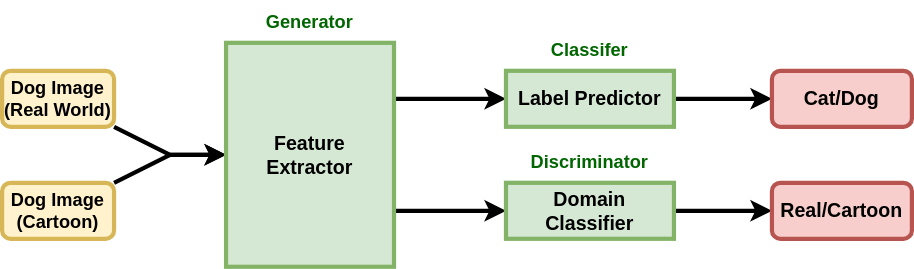
yyhtbs-yye/course_images keeps this draw.io diagram as DAT using GAN.svg. Above is the earlier version. Source tidied: cells renumbered, new cells last; positions are measured from the earlier drawing's top-left corner, leaving out a move shared by most shapes.
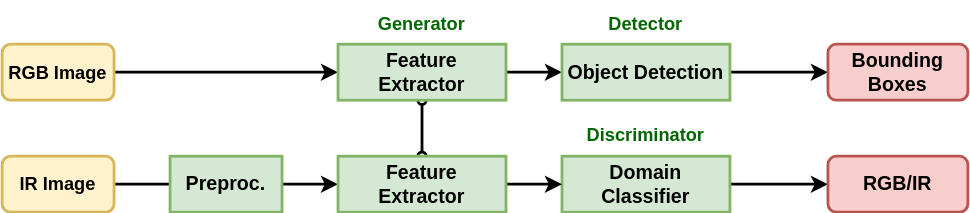
Later version of the same file.

Diff of the diagram source:
```diff
@@ -2,61 +2,62 @@
   <root>
     <mxCell id="0" />
     <mxCell id="1" parent="0" />
-    <mxCell id="2" style="rounded=0;jettySize=auto;html=1;entryX=0;entryY=0.5;entryDx=0;entryDy=0;strokeColor=default;strokeWidth=3;fontSize=14;fontColor=#006600;" parent="1" edge="1" source="3" target="8">
-      <mxGeometry relative="1" as="geometry">
-        <Array as="points">
-          <mxPoint x="120" y="110" />
-        </Array>
-      </mxGeometry>
+    <mxCell id="2" style="edgeStyle=orthogonalEdgeStyle;rounded=0;jettySize=auto;html=1;strokeWidth=2;" parent="1" edge="1" source="3" target="8">
+      <mxGeometry relative="1" as="geometry" />
     </mxCell>
-    <mxCell id="3" value="Dog Image&lt;br style=&quot;font-size: 13px;&quot;&gt;(Real World)" style="rounded=1;whiteSpace=wrap;html=1;fillStyle=auto;fillColor=#fff2cc;strokeColor=#d6b656;fontSize=13;fontStyle=1;strokeWidth=3;" parent="1" vertex="1">
-      <mxGeometry y="50" width="80" height="40" as="geometry" />
+    <mxCell id="3" value="RGB Image" style="rounded=1;whiteSpace=wrap;html=1;fillStyle=auto;fillColor=#fff2cc;strokeColor=#d6b656;fontSize=13;fontStyle=1;strokeWidth=2;" parent="1" vertex="1">
+      <mxGeometry x="-40" y="50" width="80" height="40" as="geometry" />
     </mxCell>
-    <mxCell id="4" style="rounded=0;jettySize=auto;html=1;strokeColor=default;strokeWidth=3;fontSize=14;fontColor=#006600;entryX=0;entryY=0.5;entryDx=0;entryDy=0;" parent="1" edge="1" source="5" target="8">
-      <mxGeometry relative="1" as="geometry">
-        <Array as="points">
-          <mxPoint x="120" y="110" />
-        </Array>
-      </mxGeometry>
-    </mxCell>
+    <mxCell id="18" style="edgeStyle=orthogonalEdgeStyle;rounded=0;jettySize=auto;html=1;strokeWidth=2;" parent="1" edge="1" source="5" target="21">
+      <mxGeometry relative="1" as="geometry" />
+    </mxCell>
-    <mxCell id="5" value="Dog Image&lt;br style=&quot;border-color: var(--border-color); font-size: 13px;&quot;&gt;(Cartoon)" style="rounded=1;whiteSpace=wrap;html=1;fillStyle=auto;fillColor=#fff2cc;strokeColor=#d6b656;fontSize=13;fontStyle=1;strokeWidth=3;" parent="1" vertex="1">
-      <mxGeometry y="130" width="80" height="40" as="geometry" />
+    <mxCell id="5" value="IR Image" style="rounded=1;whiteSpace=wrap;html=1;fillStyle=auto;fillColor=#fff2cc;strokeColor=#d6b656;fontSize=13;fontStyle=1;strokeWidth=2;" parent="1" vertex="1">
+      <mxGeometry x="-40" y="130" width="80" height="40" as="geometry" />
     </mxCell>
+    <mxCell id="19" style="edgeStyle=orthogonalEdgeStyle;rounded=0;jettySize=auto;html=1;startArrow=oval;startFill=0;endArrow=oval;endFill=0;strokeWidth=2;" parent="1" edge="1" source="8" target="21">
+      <mxGeometry relative="1" as="geometry" />
+    </mxCell>
-    <mxCell id="6" style="edgeStyle=orthogonalEdgeStyle;rounded=0;jettySize=auto;html=1;exitX=1;exitY=0.25;exitDx=0;exitDy=0;entryX=0;entryY=0.5;entryDx=0;entryDy=0;strokeColor=default;strokeWidth=3;fontSize=14;fontColor=#006600;" parent="1" edge="1" source="8" target="10">
+    <mxCell id="6" style="edgeStyle=orthogonalEdgeStyle;rounded=0;jettySize=auto;html=1;strokeWidth=2;" parent="1" edge="1" source="8" target="10">
       <mxGeometry relative="1" as="geometry" />
     </mxCell>
-    <mxCell id="7" style="edgeStyle=orthogonalEdgeStyle;rounded=0;jettySize=auto;html=1;exitX=1;exitY=0.75;exitDx=0;exitDy=0;strokeColor=default;strokeWidth=3;fontSize=14;fontColor=#006600;" parent="1" edge="1" source="8" target="12">
-      <mxGeometry relative="1" as="geometry" />
-    </mxCell>
-    <mxCell id="8" value="Feature&lt;br&gt;Extractor" style="rounded=0;whiteSpace=wrap;html=1;fillStyle=auto;fillColor=#d5e8d4;strokeColor=#82b366;fontSize=14;fontStyle=1;strokeWidth=3;" parent="1" vertex="1">
-      <mxGeometry x="160" y="30" width="120" height="160" as="geometry" />
+    <mxCell id="8" value="Feature&lt;br&gt;Extractor" style="rounded=0;whiteSpace=wrap;html=1;fillStyle=auto;fillColor=#d5e8d4;strokeColor=#82b366;fontSize=14;fontStyle=1;strokeWidth=2;" parent="1" vertex="1">
+      <mxGeometry x="200" y="50" width="120" height="40" as="geometry" />
     </mxCell>
-    <mxCell id="9" style="edgeStyle=orthogonalEdgeStyle;rounded=0;jettySize=auto;html=1;strokeColor=default;strokeWidth=3;fontSize=13;fontColor=#006600;" parent="1" edge="1" source="10" target="13">
+    <mxCell id="9" style="edgeStyle=orthogonalEdgeStyle;rounded=0;jettySize=auto;html=1;strokeColor=default;strokeWidth=2;fontSize=13;fontColor=#006600;" parent="1" edge="1" source="10" target="13">
       <mxGeometry relative="1" as="geometry" />
     </mxCell>
-    <mxCell id="10" value="Label Predictor" style="rounded=0;whiteSpace=wrap;html=1;fillStyle=auto;fillColor=#d5e8d4;strokeColor=#82b366;fontSize=14;fontStyle=1;strokeWidth=3;" parent="1" vertex="1">
+    <mxCell id="10" value="Object Detection" style="rounded=0;whiteSpace=wrap;html=1;fillStyle=auto;fillColor=#d5e8d4;strokeColor=#82b366;fontSize=14;fontStyle=1;strokeWidth=2;" parent="1" vertex="1">
       <mxGeometry x="360" y="50" width="120" height="40" as="geometry" />
     </mxCell>
-    <mxCell id="11" style="edgeStyle=orthogonalEdgeStyle;rounded=0;jettySize=auto;html=1;strokeColor=default;strokeWidth=3;fontSize=13;fontColor=#006600;" parent="1" edge="1" source="12" target="14">
+    <mxCell id="11" style="edgeStyle=orthogonalEdgeStyle;rounded=0;jettySize=auto;html=1;strokeColor=default;strokeWidth=2;fontSize=13;fontColor=#006600;" parent="1" edge="1" source="12" target="14">
       <mxGeometry relative="1" as="geometry" />
     </mxCell>
-    <mxCell id="12" value="Domain Classifier" style="rounded=0;whiteSpace=wrap;html=1;fillStyle=auto;fillColor=#d5e8d4;strokeColor=#82b366;fontSize=14;fontStyle=1;strokeWidth=3;" parent="1" vertex="1">
+    <mxCell id="12" value="Domain Classifier" style="rounded=0;whiteSpace=wrap;html=1;fillStyle=auto;fillColor=#d5e8d4;strokeColor=#82b366;fontSize=14;fontStyle=1;strokeWidth=2;" parent="1" vertex="1">
       <mxGeometry x="360" y="130" width="120" height="40" as="geometry" />
     </mxCell>
-    <mxCell id="13" value="Cat/Dog" style="text;html=1;strokeColor=#b85450;fillColor=#f8cecc;align=center;verticalAlign=middle;whiteSpace=wrap;rounded=1;fontSize=14;strokeWidth=3;fontStyle=1;" parent="1" vertex="1">
+    <mxCell id="13" value="Bounding Boxes" style="text;html=1;strokeColor=#b85450;fillColor=#f8cecc;align=center;verticalAlign=middle;whiteSpace=wrap;rounded=1;fontSize=14;strokeWidth=2;fontStyle=1;" parent="1" vertex="1">
       <mxGeometry x="550" y="50" width="100" height="40" as="geometry" />
     </mxCell>
-    <mxCell id="14" value="Real/Cartoon" style="text;html=1;strokeColor=#b85450;fillColor=#f8cecc;align=center;verticalAlign=middle;whiteSpace=wrap;rounded=1;fontSize=14;strokeWidth=3;fontStyle=1;" parent="1" vertex="1">
+    <mxCell id="14" value="RGB/IR" style="text;html=1;strokeColor=#b85450;fillColor=#f8cecc;align=center;verticalAlign=middle;whiteSpace=wrap;rounded=1;fontSize=14;strokeWidth=2;fontStyle=1;" parent="1" vertex="1">
       <mxGeometry x="550" y="130" width="100" height="40" as="geometry" />
     </mxCell>
-    <mxCell id="15" value="&lt;b&gt;Generator&lt;/b&gt;" style="text;html=1;strokeColor=none;fillColor=none;align=center;verticalAlign=middle;whiteSpace=wrap;rounded=0;fontSize=13;fontColor=#006600;" parent="1" vertex="1">
-      <mxGeometry x="160" width="120" height="30" as="geometry" />
+    <mxCell id="15" value="&lt;b&gt;Generator&lt;/b&gt;" style="text;html=1;strokeColor=none;fillColor=none;align=center;verticalAlign=middle;whiteSpace=wrap;rounded=0;fontSize=13;fontColor=#006600;strokeWidth=2;" parent="1" vertex="1">
+      <mxGeometry x="200" y="20" width="120" height="30" as="geometry" />
     </mxCell>
-    <mxCell id="16" value="&lt;b&gt;Classifer&lt;/b&gt;" style="text;html=1;strokeColor=none;fillColor=none;align=center;verticalAlign=middle;whiteSpace=wrap;rounded=0;fontSize=13;fontColor=#006600;" parent="1" vertex="1">
+    <mxCell id="16" value="&lt;b&gt;Detector&lt;/b&gt;" style="text;html=1;strokeColor=none;fillColor=none;align=center;verticalAlign=middle;whiteSpace=wrap;rounded=0;fontSize=13;fontColor=#006600;strokeWidth=2;" parent="1" vertex="1">
       <mxGeometry x="360" y="20" width="120" height="30" as="geometry" />
     </mxCell>
-    <mxCell id="17" value="&lt;b&gt;Discriminator&lt;/b&gt;" style="text;html=1;strokeColor=none;fillColor=none;align=center;verticalAlign=middle;whiteSpace=wrap;rounded=0;fontSize=13;fontColor=#006600;" parent="1" vertex="1">
+    <mxCell id="17" value="&lt;b&gt;Discriminator&lt;/b&gt;" style="text;html=1;strokeColor=none;fillColor=none;align=center;verticalAlign=middle;whiteSpace=wrap;rounded=0;fontSize=13;fontColor=#006600;strokeWidth=2;" parent="1" vertex="1">
       <mxGeometry x="360" y="100" width="120" height="30" as="geometry" />
     </mxCell>
+    <mxCell id="20" style="edgeStyle=orthogonalEdgeStyle;rounded=0;jettySize=auto;html=1;strokeWidth=2;" parent="1" edge="1" source="21" target="12">
+      <mxGeometry relative="1" as="geometry" />
+    </mxCell>
+    <mxCell id="21" value="Feature&lt;br&gt;Extractor" style="rounded=0;whiteSpace=wrap;html=1;fillStyle=auto;fillColor=#d5e8d4;strokeColor=#82b366;fontSize=14;fontStyle=1;strokeWidth=2;" parent="1" vertex="1">
+      <mxGeometry x="200" y="130" width="120" height="40" as="geometry" />
+    </mxCell>
+    <mxCell id="22" value="Preproc." style="rounded=0;whiteSpace=wrap;html=1;fillStyle=auto;fillColor=#d5e8d4;strokeColor=#82b366;fontSize=14;fontStyle=1;strokeWidth=2;" parent="1" vertex="1">
+      <mxGeometry x="80" y="130" width="80" height="40" as="geometry" />
+    </mxCell>
   </root>
 </mxGraphModel>
```
